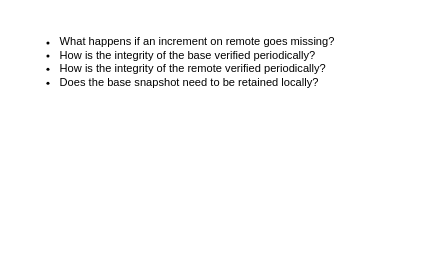
This is page "FAQ" (5 of 5) of docs/storage_architecture.drawio from jonmon6691/storage_architecture, a draw.io file, before an edit. Source tidied: cells renumbered, new cells numbered last; positions are measured from the earlier drawing's top-left corner, leaving out a move shared by most shapes. Both pictures are drawn from the tidied source at 101%, with x=0, y=0 at pixel (17, 17).
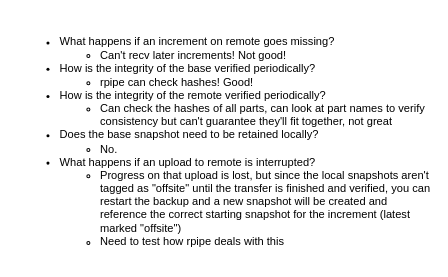
After the change.

What changed in the source:
```diff
@@
 <mxGraphModel>
   <root>
     <mxCell id="0" />
     <mxCell id="1" parent="0" />
-    <mxCell id="2" value="&lt;ul&gt;&lt;li&gt;What happens if an increment on remote goes missing?&lt;/li&gt;&lt;li&gt;How is the integrity of the base verified periodically?&lt;/li&gt;&lt;li&gt;How is the integrity of the remote verified periodically?&lt;/li&gt;&lt;li&gt;Does the base snapshot need to be retained locally?&lt;/li&gt;&lt;/ul&gt;" style="text;html=1;strokeColor=none;fillColor=none;align=left;verticalAlign=top;whiteSpace=wrap;rounded=0;labelBackgroundColor=#FFFFFF;fontSize=11;opacity=50;" parent="1" vertex="1">
-      <mxGeometry width="410" height="140" as="geometry" />
+    <mxCell id="2" value="&lt;ul&gt;&lt;li&gt;What happens if an increment on remote goes missing?&lt;/li&gt;&lt;ul&gt;&lt;li&gt;Can't recv later increments! Not good!&lt;br&gt;&lt;/li&gt;&lt;/ul&gt;&lt;li&gt;How is the integrity of the base verified periodically?&lt;/li&gt;&lt;ul&gt;&lt;li&gt;rpipe can check hashes! Good!&lt;br&gt;&lt;/li&gt;&lt;/ul&gt;&lt;li&gt;How is the integrity of the remote verified periodically?&lt;/li&gt;&lt;ul&gt;&lt;li&gt;Can check the hashes of all parts, can look at part names to verify consistency but can't guarantee they'll fit together, not great&lt;br&gt;&lt;/li&gt;&lt;/ul&gt;&lt;li&gt;Does the base snapshot need to be retained locally?&lt;/li&gt;&lt;ul&gt;&lt;li&gt;No.&lt;/li&gt;&lt;/ul&gt;&lt;li&gt;What happens if an upload to remote is interrupted?&lt;/li&gt;&lt;ul&gt;&lt;li&gt;Progress on that upload is lost, but since the local snapshots aren't tagged as &quot;offsite&quot; until the transfer is finished and verified, you can restart the backup and a new snapshot will be created and reference the correct starting snapshot for the increment (latest marked &quot;offsite&quot;)&lt;/li&gt;&lt;li&gt;Need to test how rpipe deals with this&lt;br&gt;&lt;/li&gt;&lt;/ul&gt;&lt;/ul&gt;" style="text;html=1;strokeColor=none;fillColor=none;align=left;verticalAlign=top;whiteSpace=wrap;rounded=0;labelBackgroundColor=#FFFFFF;fontSize=11;opacity=50;" parent="1" vertex="1">
+      <mxGeometry width="410" height="230" as="geometry" />
     </mxCell>
   </root>
 </mxGraphModel>
```
